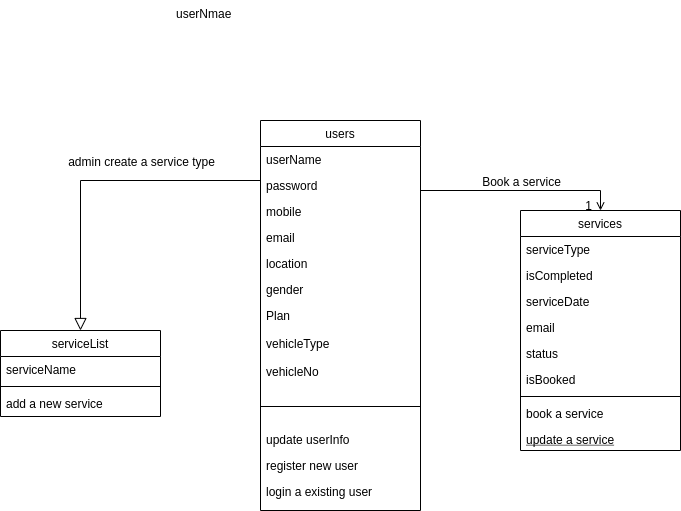
rangainlive/bike-service keeps this draw.io diagram as Untitled Diagram.drawio.png. Above is the earlier version. Source tidied: cells renumbered, new cells last; positions are measured from the earlier drawing's top-left corner, leaving out a move shared by most shapes. Its diagram source:
```xml
<mxGraphModel>
  <root>
    <mxCell id="0" />
    <mxCell id="1" parent="0" />
    <mxCell id="2" value="services" style="swimlane;fontStyle=0;align=center;verticalAlign=top;horizontal=1;startSize=26;rounded=0;shadow=0;strokeWidth=1;" parent="1" vertex="1">
      <mxGeometry x="520" y="210" width="160" height="240" as="geometry" />
    </mxCell>
    <mxCell id="3" value="serviceType&#10;" style="text;align=left;verticalAlign=top;spacingLeft=4;spacingRight=4;overflow=hidden;rounded=0;shadow=0;html=0;" parent="2" vertex="1">
      <mxGeometry y="26" width="160" height="26" as="geometry" />
    </mxCell>
    <mxCell id="4" value="isCompleted" style="text;align=left;verticalAlign=top;spacingLeft=4;spacingRight=4;overflow=hidden;rounded=0;shadow=0;html=0;" parent="2" vertex="1">
      <mxGeometry y="52" width="160" height="26" as="geometry" />
    </mxCell>
    <mxCell id="5" value="serviceDate" style="text;align=left;verticalAlign=top;spacingLeft=4;spacingRight=4;overflow=hidden;rounded=0;shadow=0;html=0;" parent="2" vertex="1">
      <mxGeometry y="78" width="160" height="26" as="geometry" />
    </mxCell>
    <mxCell id="6" value="email" style="text;align=left;verticalAlign=top;spacingLeft=4;spacingRight=4;overflow=hidden;rounded=0;shadow=0;html=0;" parent="2" vertex="1">
      <mxGeometry y="104" width="160" height="26" as="geometry" />
    </mxCell>
    <mxCell id="7" value="status" style="text;align=left;verticalAlign=top;spacingLeft=4;spacingRight=4;overflow=hidden;rounded=0;shadow=0;html=0;" parent="2" vertex="1">
      <mxGeometry y="130" width="160" height="26" as="geometry" />
    </mxCell>
    <mxCell id="8" value="isBooked" style="text;align=left;verticalAlign=top;spacingLeft=4;spacingRight=4;overflow=hidden;rounded=0;shadow=0;html=0;" parent="2" vertex="1">
      <mxGeometry y="156" width="160" height="26" as="geometry" />
    </mxCell>
    <mxCell id="9" style="line;html=1;strokeWidth=1;align=left;verticalAlign=middle;spacingTop=-1;spacingLeft=3;spacingRight=3;labelPosition=right;" parent="2" vertex="1">
      <mxGeometry y="182" width="160" height="8" as="geometry" />
    </mxCell>
    <mxCell id="10" value="book a service" style="text;align=left;verticalAlign=top;spacingLeft=4;spacingRight=4;overflow=hidden;" parent="2" vertex="1">
      <mxGeometry y="190" width="160" height="26" as="geometry" />
    </mxCell>
    <mxCell id="11" value="update a service" style="text;align=left;verticalAlign=top;spacingLeft=4;spacingRight=4;overflow=hidden;fontStyle=4;" parent="2" vertex="1">
      <mxGeometry y="216" width="160" height="24" as="geometry" />
    </mxCell>
    <mxCell id="12" value="serviceList" style="swimlane;fontStyle=0;align=center;verticalAlign=top;horizontal=1;startSize=26;rounded=0;shadow=0;strokeWidth=1;" parent="1" vertex="1">
      <mxGeometry y="330" width="160" height="86" as="geometry" />
    </mxCell>
    <mxCell id="13" value="serviceName" style="text;align=left;verticalAlign=top;spacingLeft=4;spacingRight=4;overflow=hidden;" parent="12" vertex="1">
      <mxGeometry y="26" width="160" height="26" as="geometry" />
    </mxCell>
    <mxCell id="14" style="line;html=1;strokeWidth=1;align=left;verticalAlign=middle;spacingTop=-1;spacingLeft=3;spacingRight=3;labelPosition=right;" parent="12" vertex="1">
      <mxGeometry y="52" width="160" height="8" as="geometry" />
    </mxCell>
    <mxCell id="15" value="add a new service" style="text;align=left;verticalAlign=top;spacingLeft=4;spacingRight=4;overflow=hidden;" parent="12" vertex="1">
      <mxGeometry y="60" width="160" height="26" as="geometry" />
    </mxCell>
    <mxCell id="16" style="endArrow=block;endSize=10;endFill=0;shadow=0;strokeWidth=1;rounded=0;edgeStyle=elbowEdgeStyle;elbow=vertical;exitX=0;exitY=0.5;exitDx=0;exitDy=0;entryX=0.5;entryY=0;entryDx=0;entryDy=0;" parent="1" edge="1" source="19" target="12">
      <mxGeometry relative="1" as="geometry">
        <Array as="points">
          <mxPoint x="280" y="180" />
          <mxPoint x="300" y="280" />
          <mxPoint x="280" y="180" />
          <mxPoint x="240" y="180" />
        </Array>
      </mxGeometry>
    </mxCell>
    <mxCell id="17" value="users" style="swimlane;fontStyle=0;align=center;verticalAlign=top;horizontal=1;startSize=26;rounded=0;shadow=0;strokeWidth=1;" parent="1" vertex="1">
      <mxGeometry x="260" y="120" width="160" height="390" as="geometry" />
    </mxCell>
    <mxCell id="18" value="userName" style="text;align=left;verticalAlign=top;spacingLeft=4;spacingRight=4;overflow=hidden;points=[[0,0.5],[1,0.5]];portConstraint=eastwest;" parent="17" vertex="1">
      <mxGeometry y="26" width="160" height="26" as="geometry" />
    </mxCell>
    <mxCell id="19" value="password" style="text;align=left;verticalAlign=top;spacingLeft=4;spacingRight=4;overflow=hidden;points=[[0,0.5],[1,0.5]];portConstraint=eastwest;rounded=0;shadow=0;html=0;" parent="17" vertex="1">
      <mxGeometry y="52" width="160" height="26" as="geometry" />
    </mxCell>
    <mxCell id="20" value="mobile" style="text;align=left;verticalAlign=top;spacingLeft=4;spacingRight=4;overflow=hidden;rounded=0;shadow=0;html=0;" parent="17" vertex="1">
      <mxGeometry y="78" width="160" height="26" as="geometry" />
    </mxCell>
    <mxCell id="21" value="email" style="text;align=left;verticalAlign=top;spacingLeft=4;spacingRight=4;overflow=hidden;rounded=0;shadow=0;html=0;" parent="17" vertex="1">
      <mxGeometry y="104" width="160" height="26" as="geometry" />
    </mxCell>
    <mxCell id="22" value="location" style="text;align=left;verticalAlign=top;spacingLeft=4;spacingRight=4;overflow=hidden;rounded=0;shadow=0;html=0;" parent="17" vertex="1">
      <mxGeometry y="130" width="160" height="26" as="geometry" />
    </mxCell>
    <mxCell id="23" value="gender" style="text;align=left;verticalAlign=top;spacingLeft=4;spacingRight=4;overflow=hidden;rounded=0;shadow=0;html=0;" parent="17" vertex="1">
      <mxGeometry y="156" width="160" height="26" as="geometry" />
    </mxCell>
    <mxCell id="24" value="Plan" style="text;align=left;verticalAlign=top;spacingLeft=4;spacingRight=4;overflow=hidden;" parent="17" vertex="1">
      <mxGeometry y="182" width="160" height="28" as="geometry" />
    </mxCell>
    <mxCell id="25" value="vehicleType" style="text;align=left;verticalAlign=top;spacingLeft=4;spacingRight=4;overflow=hidden;" parent="17" vertex="1">
      <mxGeometry y="210" width="160" height="28" as="geometry" />
    </mxCell>
    <mxCell id="26" value="vehicleNo" style="text;align=left;verticalAlign=top;spacingLeft=4;spacingRight=4;overflow=hidden;" parent="17" vertex="1">
      <mxGeometry y="238" width="160" height="28" as="geometry" />
    </mxCell>
    <mxCell id="27" style="line;html=1;strokeWidth=1;align=left;verticalAlign=middle;spacingTop=-1;spacingLeft=3;spacingRight=3;labelPosition=right;" parent="17" vertex="1">
      <mxGeometry y="266" width="160" height="40" as="geometry" />
    </mxCell>
    <mxCell id="28" value="update userInfo" style="text;align=left;verticalAlign=top;spacingLeft=4;spacingRight=4;overflow=hidden;" parent="17" vertex="1">
      <mxGeometry y="306" width="160" height="26" as="geometry" />
    </mxCell>
    <mxCell id="29" value="register new user" style="text;align=left;verticalAlign=top;spacingLeft=4;spacingRight=4;overflow=hidden;" parent="17" vertex="1">
      <mxGeometry y="332" width="160" height="26" as="geometry" />
    </mxCell>
    <mxCell id="30" value="login a existing user" style="text;align=left;verticalAlign=top;spacingLeft=4;spacingRight=4;overflow=hidden;" parent="17" vertex="1">
      <mxGeometry y="358" width="160" height="26" as="geometry" />
    </mxCell>
    <mxCell id="31" value="userNmae" style="text;align=left;verticalAlign=top;spacingLeft=4;spacingRight=4;overflow=hidden;" parent="1" vertex="1">
      <mxGeometry x="170" width="160" height="40" as="geometry" />
    </mxCell>
    <mxCell id="32" style="endArrow=open;shadow=0;strokeWidth=1;rounded=0;endFill=1;edgeStyle=elbowEdgeStyle;elbow=vertical;exitX=1;exitY=0.5;exitDx=0;exitDy=0;entryX=0.5;entryY=0;entryDx=0;entryDy=0;" parent="1" edge="1" source="18" target="2">
      <mxGeometry x="0.5" y="41" relative="1" as="geometry">
        <Array as="points">
          <mxPoint x="520" y="190" />
          <mxPoint x="610" y="200" />
          <mxPoint x="590" y="178" />
        </Array>
        <mxPoint x="-40" y="32" as="offset" />
      </mxGeometry>
    </mxCell>
    <mxCell id="33" value="1" style="align=right;verticalAlign=bottom;labelBackgroundColor=none;fontSize=12;" parent="32" vertex="1">
      <mxGeometry x="1" relative="1" as="geometry">
        <mxPoint x="-7" y="4" as="offset" />
      </mxGeometry>
    </mxCell>
    <mxCell id="34" value="admin create a service type" style="text;html=1;align=center;verticalAlign=middle;labelBackgroundColor=none;rounded=0;shadow=0;strokeWidth=1;fontSize=12;" parent="32" vertex="1">
      <mxGeometry x="0.5" y="49" relative="1" as="geometry">
        <mxPoint x="-422" y="19" as="offset" />
      </mxGeometry>
    </mxCell>
    <mxCell id="35" value="Book a service" style="text;html=1;align=center;verticalAlign=middle;labelBackgroundColor=none;rounded=0;shadow=0;strokeWidth=1;fontSize=12;" parent="1" vertex="1">
      <mxGeometry x="520" y="180" as="geometry" />
    </mxCell>
  </root>
</mxGraphModel>
```
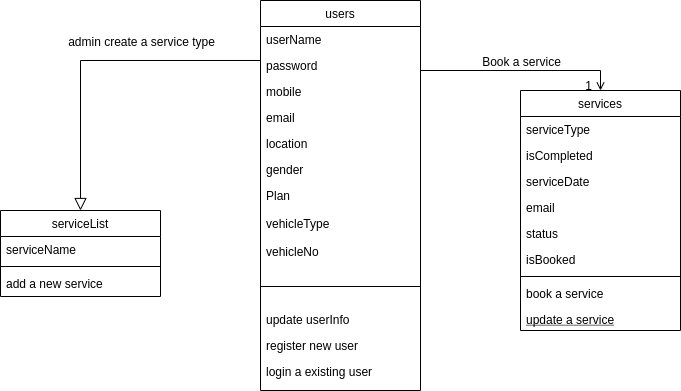
Above is the later version.

Commit message:
class diagram updated.png

Diff of the diagram source:
```diff
@@ -96,9 +96,6 @@
     <mxCell id="30" value="login a existing user" style="text;align=left;verticalAlign=top;spacingLeft=4;spacingRight=4;overflow=hidden;" parent="17" vertex="1">
       <mxGeometry y="358" width="160" height="26" as="geometry" />
     </mxCell>
-    <mxCell id="31" value="userNmae" style="text;align=left;verticalAlign=top;spacingLeft=4;spacingRight=4;overflow=hidden;" parent="1" vertex="1">
-      <mxGeometry x="170" width="160" height="40" as="geometry" />
-    </mxCell>
     <mxCell id="32" style="endArrow=open;shadow=0;strokeWidth=1;rounded=0;endFill=1;edgeStyle=elbowEdgeStyle;elbow=vertical;exitX=1;exitY=0.5;exitDx=0;exitDy=0;entryX=0.5;entryY=0;entryDx=0;entryDy=0;" parent="1" edge="1" source="18" target="2">
       <mxGeometry x="0.5" y="41" relative="1" as="geometry">
         <Array as="points">
```
